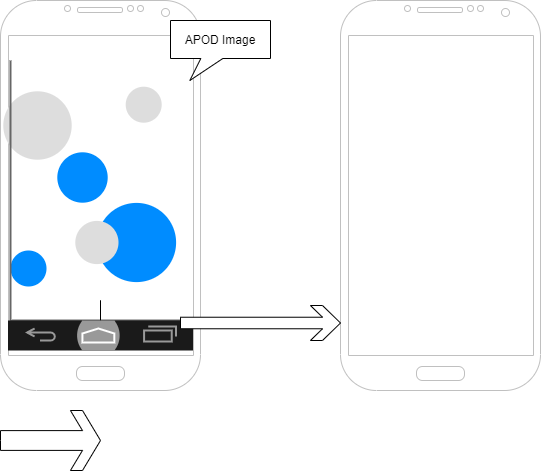
Before: docs/wireframe.png, a diagram exported from draw.io (stevezun/nasa-apod-v2). Source tidied: cells renumbered, new cells last; positions are measured from the earlier drawing's top-left corner, leaving out a move shared by most shapes.
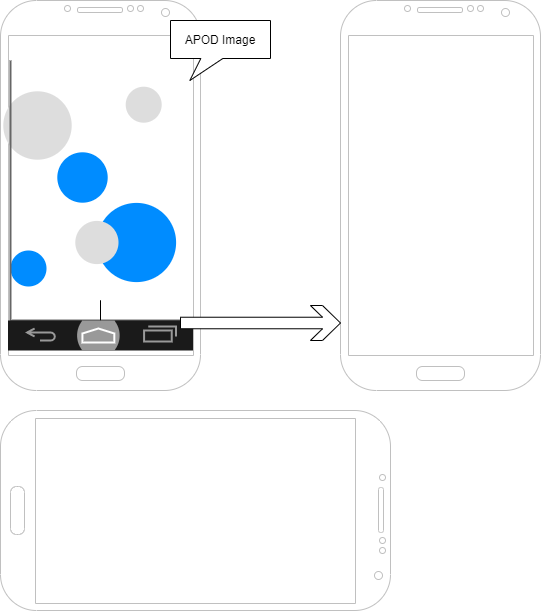
The same file after the commit.

What changed in the source:
```diff
@@ -20,11 +20,11 @@
     <mxCell id="7" style="verticalLabelPosition=bottom;verticalAlign=top;html=1;shadow=0;dashed=0;strokeWidth=1;shape=mxgraph.android.phone2;strokeColor=#c0c0c0;" parent="1" vertex="1">
       <mxGeometry x="340" width="200" height="390" as="geometry" />
     </mxCell>
-    <mxCell id="8" style="html=1;shadow=0;dashed=0;align=center;verticalAlign=middle;shape=mxgraph.arrows2.sharpArrow;dy1=0.67;dx1=18;dx2=18;notch=0;" parent="1" vertex="1">
-      <mxGeometry y="410" width="100" height="60" as="geometry" />
-    </mxCell>
     <mxCell id="9" style="html=1;shadow=0;dashed=0;align=center;verticalAlign=middle;shape=mxgraph.arrows2.sharpArrow;dy1=0.67;dx1=18;dx2=18;notch=0;" parent="1" vertex="1">
       <mxGeometry x="180" y="305" width="160" height="35" as="geometry" />
     </mxCell>
+    <mxCell id="10" style="verticalLabelPosition=bottom;verticalAlign=top;html=1;shadow=0;dashed=0;strokeWidth=1;shape=mxgraph.android.phone2;strokeColor=#c0c0c0;direction=south;" parent="1" vertex="1">
+      <mxGeometry y="410" width="390" height="200" as="geometry" />
+    </mxCell>
   </root>
 </mxGraphModel>
```
